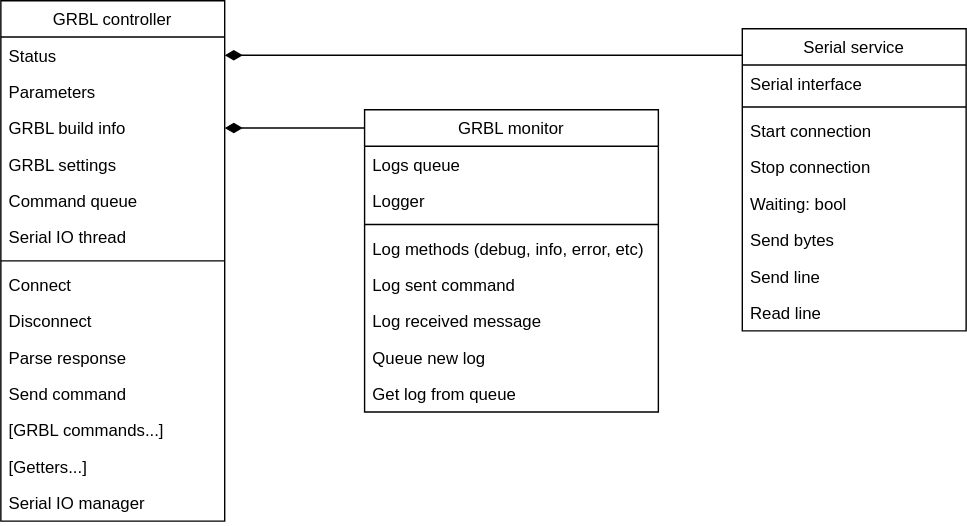
Above: docs/design/class/grbl_controller_class_diagram.drawio.svg in Leandro-Bertoluzzi/remote-cnc (draw.io), before the change. Source tidied: cells renumbered, new cells last; positions are measured from the earlier drawing's top-left corner, leaving out a move shared by most shapes. Its diagram source:
```xml
<mxGraphModel>
  <root>
    <mxCell id="0" />
    <mxCell id="1" parent="0" />
    <mxCell id="2" value="GRBL controller" style="swimlane;fontStyle=0;align=center;verticalAlign=top;horizontal=1;startSize=26;rounded=0;shadow=0;strokeWidth=1;" parent="1" vertex="1">
      <mxGeometry width="160" height="372" as="geometry" />
    </mxCell>
    <mxCell id="3" value="Status" style="text;align=left;verticalAlign=top;spacingLeft=4;spacingRight=4;overflow=hidden;points=[[0,0.5],[1,0.5]];portConstraint=eastwest;" parent="2" vertex="1">
      <mxGeometry y="26" width="160" height="26" as="geometry" />
    </mxCell>
    <mxCell id="4" value="Parameters" style="text;align=left;verticalAlign=top;spacingLeft=4;spacingRight=4;overflow=hidden;points=[[0,0.5],[1,0.5]];portConstraint=eastwest;rounded=0;shadow=0;html=0;" parent="2" vertex="1">
      <mxGeometry y="52" width="160" height="26" as="geometry" />
    </mxCell>
    <mxCell id="5" value="GRBL build info" style="text;align=left;verticalAlign=top;spacingLeft=4;spacingRight=4;overflow=hidden;points=[[0,0.5],[1,0.5]];portConstraint=eastwest;rounded=0;shadow=0;html=0;" parent="2" vertex="1">
      <mxGeometry y="78" width="160" height="26" as="geometry" />
    </mxCell>
    <mxCell id="6" value="GRBL settings" style="text;align=left;verticalAlign=top;spacingLeft=4;spacingRight=4;overflow=hidden;rounded=0;shadow=0;html=0;" parent="2" vertex="1">
      <mxGeometry y="104" width="160" height="26" as="geometry" />
    </mxCell>
    <mxCell id="7" value="Command queue" style="text;align=left;verticalAlign=top;spacingLeft=4;spacingRight=4;overflow=hidden;points=[[0,0.5],[1,0.5]];portConstraint=eastwest;rounded=0;shadow=0;html=0;" parent="2" vertex="1">
      <mxGeometry y="130" width="160" height="26" as="geometry" />
    </mxCell>
    <mxCell id="8" value="Serial IO thread" style="text;align=left;verticalAlign=top;spacingLeft=4;spacingRight=4;overflow=hidden;rounded=0;shadow=0;html=0;" parent="2" vertex="1">
      <mxGeometry y="156" width="160" height="26" as="geometry" />
    </mxCell>
    <mxCell id="9" style="line;html=1;strokeWidth=1;align=left;verticalAlign=middle;spacingTop=-1;spacingLeft=3;spacingRight=3;labelPosition=right;" parent="2" vertex="1">
      <mxGeometry y="182" width="160" height="8" as="geometry" />
    </mxCell>
    <mxCell id="10" value="Connect" style="text;align=left;verticalAlign=top;spacingLeft=4;spacingRight=4;overflow=hidden;" parent="2" vertex="1">
      <mxGeometry y="190" width="160" height="26" as="geometry" />
    </mxCell>
    <mxCell id="11" value="Disconnect" style="text;align=left;verticalAlign=top;spacingLeft=4;spacingRight=4;overflow=hidden;" parent="2" vertex="1">
      <mxGeometry y="216" width="160" height="26" as="geometry" />
    </mxCell>
    <mxCell id="12" value="Parse response" style="text;align=left;verticalAlign=top;spacingLeft=4;spacingRight=4;overflow=hidden;" parent="2" vertex="1">
      <mxGeometry y="242" width="160" height="26" as="geometry" />
    </mxCell>
    <mxCell id="13" value="Send command" style="text;align=left;verticalAlign=top;spacingLeft=4;spacingRight=4;overflow=hidden;" parent="2" vertex="1">
      <mxGeometry y="268" width="160" height="26" as="geometry" />
    </mxCell>
    <mxCell id="14" value="[GRBL commands...]" style="text;align=left;verticalAlign=top;spacingLeft=4;spacingRight=4;overflow=hidden;" parent="2" vertex="1">
      <mxGeometry y="294" width="160" height="26" as="geometry" />
    </mxCell>
    <mxCell id="15" value="[Getters...]" style="text;align=left;verticalAlign=top;spacingLeft=4;spacingRight=4;overflow=hidden;" parent="2" vertex="1">
      <mxGeometry y="320" width="160" height="26" as="geometry" />
    </mxCell>
    <mxCell id="16" value="Serial IO manager" style="text;align=left;verticalAlign=top;spacingLeft=4;spacingRight=4;overflow=hidden;" parent="2" vertex="1">
      <mxGeometry y="346" width="160" height="26" as="geometry" />
    </mxCell>
    <mxCell id="17" value="GRBL monitor" style="swimlane;fontStyle=0;align=center;verticalAlign=top;horizontal=1;startSize=26;rounded=0;shadow=0;strokeWidth=1;" parent="1" vertex="1">
      <mxGeometry x="260" y="78" width="210" height="216" as="geometry" />
    </mxCell>
    <mxCell id="18" value="Logs queue" style="text;align=left;verticalAlign=top;spacingLeft=4;spacingRight=4;overflow=hidden;" parent="17" vertex="1">
      <mxGeometry y="26" width="210" height="26" as="geometry" />
    </mxCell>
    <mxCell id="19" value="Logger" style="text;align=left;verticalAlign=top;spacingLeft=4;spacingRight=4;overflow=hidden;rounded=0;shadow=0;html=0;" parent="17" vertex="1">
      <mxGeometry y="52" width="210" height="26" as="geometry" />
    </mxCell>
    <mxCell id="20" style="line;html=1;strokeWidth=1;align=left;verticalAlign=middle;spacingTop=-1;spacingLeft=3;spacingRight=3;labelPosition=right;" parent="17" vertex="1">
      <mxGeometry y="78" width="210" height="8" as="geometry" />
    </mxCell>
    <mxCell id="21" value="Log methods (debug, info, error, etc)" style="text;align=left;verticalAlign=top;spacingLeft=4;spacingRight=4;overflow=hidden;fontStyle=0;" parent="17" vertex="1">
      <mxGeometry y="86" width="210" height="26" as="geometry" />
    </mxCell>
    <mxCell id="22" value="Log sent command" style="text;align=left;verticalAlign=top;spacingLeft=4;spacingRight=4;overflow=hidden;" parent="17" vertex="1">
      <mxGeometry y="112" width="210" height="26" as="geometry" />
    </mxCell>
    <mxCell id="23" value="Log received message" style="text;align=left;verticalAlign=top;spacingLeft=4;spacingRight=4;overflow=hidden;" parent="17" vertex="1">
      <mxGeometry y="138" width="210" height="26" as="geometry" />
    </mxCell>
    <mxCell id="24" value="Queue new log" style="text;align=left;verticalAlign=top;spacingLeft=4;spacingRight=4;overflow=hidden;" parent="17" vertex="1">
      <mxGeometry y="164" width="210" height="26" as="geometry" />
    </mxCell>
    <mxCell id="25" value="Get log from queue" style="text;align=left;verticalAlign=top;spacingLeft=4;spacingRight=4;overflow=hidden;" parent="17" vertex="1">
      <mxGeometry y="190" width="210" height="26" as="geometry" />
    </mxCell>
    <mxCell id="26" style="endArrow=diamondThin;endSize=10;endFill=1;shadow=0;strokeWidth=1;rounded=0;edgeStyle=elbowEdgeStyle;elbow=vertical;entryX=1;entryY=0.5;entryDx=0;entryDy=0;" parent="1" edge="1" source="17" target="5">
      <mxGeometry relative="1" as="geometry" />
    </mxCell>
    <mxCell id="27" value="Serial service" style="swimlane;fontStyle=0;align=center;verticalAlign=top;horizontal=1;startSize=26;rounded=0;shadow=0;strokeWidth=1;" parent="1" vertex="1">
      <mxGeometry x="530" y="20" width="160" height="216" as="geometry" />
    </mxCell>
    <mxCell id="28" value="Serial interface" style="text;align=left;verticalAlign=top;spacingLeft=4;spacingRight=4;overflow=hidden;" parent="27" vertex="1">
      <mxGeometry y="26" width="160" height="26" as="geometry" />
    </mxCell>
    <mxCell id="29" style="line;html=1;strokeWidth=1;align=left;verticalAlign=middle;spacingTop=-1;spacingLeft=3;spacingRight=3;labelPosition=right;" parent="27" vertex="1">
      <mxGeometry y="52" width="160" height="8" as="geometry" />
    </mxCell>
    <mxCell id="30" value="Start connection" style="text;align=left;verticalAlign=top;spacingLeft=4;spacingRight=4;overflow=hidden;" parent="27" vertex="1">
      <mxGeometry y="60" width="160" height="26" as="geometry" />
    </mxCell>
    <mxCell id="31" value="Stop connection" style="text;align=left;verticalAlign=top;spacingLeft=4;spacingRight=4;overflow=hidden;" parent="27" vertex="1">
      <mxGeometry y="86" width="160" height="26" as="geometry" />
    </mxCell>
    <mxCell id="32" value="Waiting: bool" style="text;align=left;verticalAlign=top;spacingLeft=4;spacingRight=4;overflow=hidden;" parent="27" vertex="1">
      <mxGeometry y="112" width="160" height="26" as="geometry" />
    </mxCell>
    <mxCell id="33" value="Send bytes" style="text;align=left;verticalAlign=top;spacingLeft=4;spacingRight=4;overflow=hidden;" parent="27" vertex="1">
      <mxGeometry y="138" width="160" height="26" as="geometry" />
    </mxCell>
    <mxCell id="34" value="Send line" style="text;align=left;verticalAlign=top;spacingLeft=4;spacingRight=4;overflow=hidden;" parent="27" vertex="1">
      <mxGeometry y="164" width="160" height="26" as="geometry" />
    </mxCell>
    <mxCell id="35" value="Read line" style="text;align=left;verticalAlign=top;spacingLeft=4;spacingRight=4;overflow=hidden;" parent="27" vertex="1">
      <mxGeometry y="190" width="160" height="26" as="geometry" />
    </mxCell>
    <mxCell id="36" style="endArrow=diamondThin;endSize=10;endFill=1;shadow=0;strokeWidth=1;rounded=0;edgeStyle=elbowEdgeStyle;elbow=vertical;entryX=1;entryY=0.5;entryDx=0;entryDy=0;" parent="1" edge="1" source="27" target="3">
      <mxGeometry relative="1" as="geometry" />
    </mxCell>
  </root>
</mxGraphModel>
```
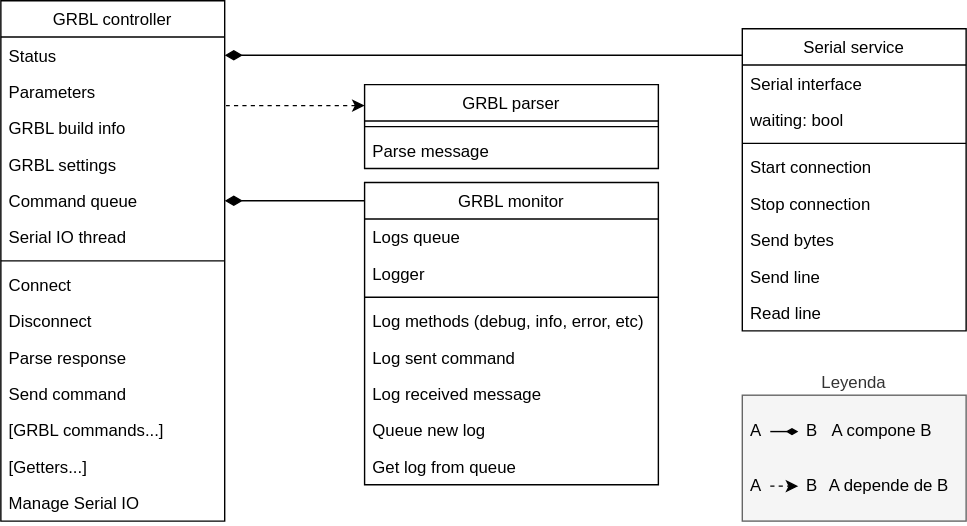
After the commit.

Diff of the diagram source:
```diff
@@ -44,11 +44,11 @@
     <mxCell id="15" value="[Getters...]" style="text;align=left;verticalAlign=top;spacingLeft=4;spacingRight=4;overflow=hidden;" parent="2" vertex="1">
       <mxGeometry y="320" width="160" height="26" as="geometry" />
     </mxCell>
-    <mxCell id="16" value="Serial IO manager" style="text;align=left;verticalAlign=top;spacingLeft=4;spacingRight=4;overflow=hidden;" parent="2" vertex="1">
+    <mxCell id="16" value="Manage Serial IO" style="text;align=left;verticalAlign=top;spacingLeft=4;spacingRight=4;overflow=hidden;" parent="2" vertex="1">
       <mxGeometry y="346" width="160" height="26" as="geometry" />
     </mxCell>
     <mxCell id="17" value="GRBL monitor" style="swimlane;fontStyle=0;align=center;verticalAlign=top;horizontal=1;startSize=26;rounded=0;shadow=0;strokeWidth=1;" parent="1" vertex="1">
-      <mxGeometry x="260" y="78" width="210" height="216" as="geometry" />
+      <mxGeometry x="260" y="130" width="210" height="216" as="geometry" />
     </mxCell>
     <mxCell id="18" value="Logs queue" style="text;align=left;verticalAlign=top;spacingLeft=4;spacingRight=4;overflow=hidden;" parent="17" vertex="1">
       <mxGeometry y="26" width="210" height="26" as="geometry" />
@@ -74,7 +74,7 @@
     <mxCell id="25" value="Get log from queue" style="text;align=left;verticalAlign=top;spacingLeft=4;spacingRight=4;overflow=hidden;" parent="17" vertex="1">
       <mxGeometry y="190" width="210" height="26" as="geometry" />
     </mxCell>
-    <mxCell id="26" style="endArrow=diamondThin;endSize=10;endFill=1;shadow=0;strokeWidth=1;rounded=0;edgeStyle=elbowEdgeStyle;elbow=vertical;entryX=1;entryY=0.5;entryDx=0;entryDy=0;" parent="1" edge="1" source="17" target="5">
+    <mxCell id="26" style="endArrow=diamondThin;endSize=10;endFill=1;shadow=0;strokeWidth=1;rounded=0;edgeStyle=elbowEdgeStyle;elbow=vertical;entryX=1;entryY=0.5;entryDx=0;entryDy=0;" parent="1" edge="1" source="17" target="7">
       <mxGeometry relative="1" as="geometry" />
     </mxCell>
     <mxCell id="27" value="Serial service" style="swimlane;fontStyle=0;align=center;verticalAlign=top;horizontal=1;startSize=26;rounded=0;shadow=0;strokeWidth=1;" parent="1" vertex="1">
@@ -83,18 +83,18 @@
     <mxCell id="28" value="Serial interface" style="text;align=left;verticalAlign=top;spacingLeft=4;spacingRight=4;overflow=hidden;" parent="27" vertex="1">
       <mxGeometry y="26" width="160" height="26" as="geometry" />
     </mxCell>
+    <mxCell id="37" value="waiting: bool" style="text;align=left;verticalAlign=top;spacingLeft=4;spacingRight=4;overflow=hidden;" parent="27" vertex="1">
+      <mxGeometry y="52" width="160" height="26" as="geometry" />
+    </mxCell>
     <mxCell id="29" style="line;html=1;strokeWidth=1;align=left;verticalAlign=middle;spacingTop=-1;spacingLeft=3;spacingRight=3;labelPosition=right;" parent="27" vertex="1">
-      <mxGeometry y="52" width="160" height="8" as="geometry" />
+      <mxGeometry y="78" width="160" height="8" as="geometry" />
     </mxCell>
     <mxCell id="30" value="Start connection" style="text;align=left;verticalAlign=top;spacingLeft=4;spacingRight=4;overflow=hidden;" parent="27" vertex="1">
-      <mxGeometry y="60" width="160" height="26" as="geometry" />
+      <mxGeometry y="86" width="160" height="26" as="geometry" />
     </mxCell>
     <mxCell id="31" value="Stop connection" style="text;align=left;verticalAlign=top;spacingLeft=4;spacingRight=4;overflow=hidden;" parent="27" vertex="1">
-      <mxGeometry y="86" width="160" height="26" as="geometry" />
+      <mxGeometry y="112" width="160" height="26" as="geometry" />
     </mxCell>
-    <mxCell id="32" value="Waiting: bool" style="text;align=left;verticalAlign=top;spacingLeft=4;spacingRight=4;overflow=hidden;" parent="27" vertex="1">
-      <mxGeometry y="112" width="160" height="26" as="geometry" />
-    </mxCell>
     <mxCell id="33" value="Send bytes" style="text;align=left;verticalAlign=top;spacingLeft=4;spacingRight=4;overflow=hidden;" parent="27" vertex="1">
       <mxGeometry y="138" width="160" height="26" as="geometry" />
     </mxCell>
@@ -107,5 +107,44 @@
     <mxCell id="36" style="endArrow=diamondThin;endSize=10;endFill=1;shadow=0;strokeWidth=1;rounded=0;edgeStyle=elbowEdgeStyle;elbow=vertical;entryX=1;entryY=0.5;entryDx=0;entryDy=0;" parent="1" edge="1" source="27" target="3">
       <mxGeometry relative="1" as="geometry" />
     </mxCell>
+    <mxCell id="38" style="edgeStyle=orthogonalEdgeStyle;rounded=0;jettySize=auto;html=1;exitX=0;exitY=0.25;exitDx=0;exitDy=0;endArrow=none;endFill=0;endSize=6;entryX=1.006;entryY=0.885;entryDx=0;entryDy=0;entryPerimeter=0;dashed=1;startArrow=classic;startFill=1;startSize=6;" parent="1" edge="1" source="39" target="4">
+      <mxGeometry relative="1" as="geometry" />
+    </mxCell>
+    <mxCell id="39" value="GRBL parser" style="swimlane;fontStyle=0;align=center;verticalAlign=top;horizontal=1;startSize=26;rounded=0;shadow=0;strokeWidth=1;" parent="1" vertex="1">
+      <mxGeometry x="260" y="60" width="210" height="60" as="geometry" />
+    </mxCell>
+    <mxCell id="40" style="line;html=1;strokeWidth=1;align=left;verticalAlign=middle;spacingTop=-1;spacingLeft=3;spacingRight=3;labelPosition=right;" parent="39" vertex="1">
+      <mxGeometry y="26" width="210" height="8" as="geometry" />
+    </mxCell>
+    <mxCell id="41" value="Parse message" style="text;align=left;verticalAlign=top;spacingLeft=4;spacingRight=4;overflow=hidden;" parent="39" vertex="1">
+      <mxGeometry y="34" width="210" height="26" as="geometry" />
+    </mxCell>
+    <mxCell id="42" value="Leyenda" style="rounded=0;whiteSpace=wrap;html=1;labelPosition=center;verticalLabelPosition=top;align=center;verticalAlign=bottom;fillColor=#f5f5f5;fontColor=#333333;strokeColor=#666666;" parent="1" vertex="1">
+      <mxGeometry x="530" y="282" width="160" height="90" as="geometry" />
+    </mxCell>
+    <mxCell id="43" style="edgeStyle=orthogonalEdgeStyle;rounded=0;jettySize=auto;html=1;exitX=1;exitY=0.5;exitDx=0;exitDy=0;entryX=0;entryY=0.5;entryDx=0;entryDy=0;endArrow=diamondThin;endFill=1;" parent="1" edge="1" source="44" target="47">
+      <mxGeometry relative="1" as="geometry" />
+    </mxCell>
+    <mxCell id="44" value="A" style="text;html=1;align=center;verticalAlign=middle;whiteSpace=wrap;rounded=0;" parent="1" vertex="1">
+      <mxGeometry x="530" y="293" width="20" height="30" as="geometry" />
+    </mxCell>
+    <mxCell id="45" style="edgeStyle=orthogonalEdgeStyle;rounded=0;jettySize=auto;html=1;exitX=1;exitY=0.5;exitDx=0;exitDy=0;entryX=0;entryY=0.5;entryDx=0;entryDy=0;dashed=1;" parent="1" edge="1" source="46" target="48">
+      <mxGeometry relative="1" as="geometry" />
+    </mxCell>
+    <mxCell id="46" value="A" style="text;html=1;align=center;verticalAlign=middle;whiteSpace=wrap;rounded=0;" parent="1" vertex="1">
+      <mxGeometry x="530" y="332" width="20" height="30" as="geometry" />
+    </mxCell>
+    <mxCell id="47" value="B" style="text;html=1;align=center;verticalAlign=middle;whiteSpace=wrap;rounded=0;" parent="1" vertex="1">
+      <mxGeometry x="570" y="293" width="20" height="30" as="geometry" />
+    </mxCell>
+    <mxCell id="48" value="B" style="text;html=1;align=center;verticalAlign=middle;whiteSpace=wrap;rounded=0;" parent="1" vertex="1">
+      <mxGeometry x="570" y="332" width="20" height="30" as="geometry" />
+    </mxCell>
+    <mxCell id="49" value="A compone B" style="text;html=1;align=center;verticalAlign=middle;whiteSpace=wrap;rounded=0;" parent="1" vertex="1">
+      <mxGeometry x="590" y="293" width="80" height="30" as="geometry" />
+    </mxCell>
+    <mxCell id="50" value="A depende de B" style="text;html=1;align=center;verticalAlign=middle;whiteSpace=wrap;rounded=0;" parent="1" vertex="1">
+      <mxGeometry x="590" y="332" width="90" height="30" as="geometry" />
+    </mxCell>
   </root>
 </mxGraphModel>
```
